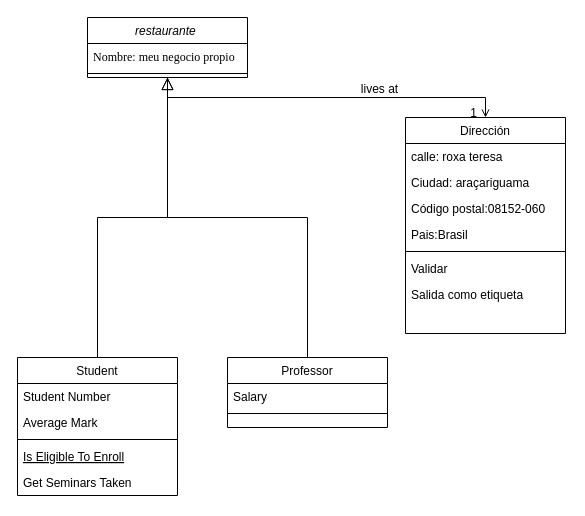
Above: Untitled Diagram.drawio in nork22/HTLM (draw.io), before the change. Source tidied: cells renumbered, new cells numbered last; positions are measured from the earlier drawing's top-left corner, leaving out a move shared by most shapes. Both pictures are drawn from the tidied source at 100%, with x=0, y=0 at pixel (17, 17).
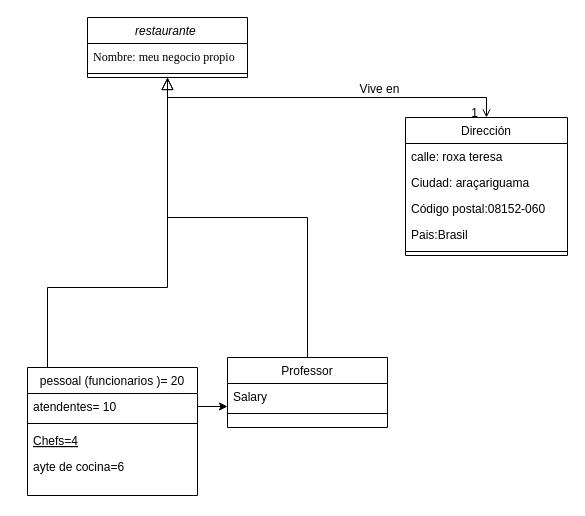
The same diagram, later.

Unchanged cells that the change refers to:
```xml
<mxCell id="2" value="restaurante " style="swimlane;fontStyle=2;align=center;verticalAlign=top;horizontal=1;startSize=26;rounded=0;shadow=0;strokeWidth=1;" parent="1" vertex="1">
  <mxGeometry x="70" width="160" height="60" as="geometry" />
</mxCell>
<mxCell id="13" value="Salary" style="text;align=left;verticalAlign=top;spacingLeft=4;spacingRight=4;overflow=hidden;points=[[0,0.5],[1,0.5]];portConstraint=eastwest;" parent="12" vertex="1">
  <mxGeometry y="26" width="160" height="26" as="geometry" />
</mxCell>
<mxCell id="24" style="endArrow=open;shadow=0;strokeWidth=1;rounded=0;endFill=1;edgeStyle=elbowEdgeStyle;elbow=vertical;" parent="1" edge="1" source="2" target="16">
  <mxGeometry x="0.5" y="41" relative="1" as="geometry">
    <mxPoint x="-40" y="32" as="offset" />
  </mxGeometry>
</mxCell>
```

Diff of the diagram source:
```diff
@@
-    <mxCell id="5" value="Student" style="swimlane;fontStyle=0;align=center;verticalAlign=top;horizontal=1;startSize=26;rounded=0;shadow=0;strokeWidth=1;" parent="1" vertex="1">
-      <mxGeometry y="340" width="160" height="138" as="geometry" />
+    <mxCell id="5" value="pessoal (funcionarios )= 20" style="swimlane;fontStyle=0;align=center;verticalAlign=top;horizontal=1;startSize=26;rounded=0;shadow=0;strokeWidth=1;" parent="1" vertex="1">
+      <mxGeometry x="10" y="350" width="170" height="128" as="geometry" />
     </mxCell>
-    <mxCell id="6" value="Student Number" style="text;align=left;verticalAlign=top;spacingLeft=4;spacingRight=4;overflow=hidden;points=[[0,0.5],[1,0.5]];portConstraint=eastwest;" parent="5" vertex="1">
-      <mxGeometry y="26" width="160" height="26" as="geometry" />
+    <mxCell id="6" value="atendentes= 10" style="text;align=left;verticalAlign=top;spacingLeft=4;spacingRight=4;overflow=hidden;points=[[0,0.5],[1,0.5]];portConstraint=eastwest;" parent="5" vertex="1">
+      <mxGeometry y="26" width="170" height="26" as="geometry" />
     </mxCell>
-    <mxCell id="7" value="Average Mark" style="text;align=left;verticalAlign=top;spacingLeft=4;spacingRight=4;overflow=hidden;rounded=0;shadow=0;html=0;" parent="5" vertex="1">
-      <mxGeometry y="52" width="160" height="26" as="geometry" />
-    </mxCell>
     <mxCell id="8" style="line;html=1;strokeWidth=1;align=left;verticalAlign=middle;spacingTop=-1;spacingLeft=3;spacingRight=3;labelPosition=right;" parent="5" vertex="1">
-      <mxGeometry y="78" width="160" height="8" as="geometry" />
+      <mxGeometry y="52" width="170" height="8" as="geometry" />
     </mxCell>
-    <mxCell id="9" value="Is Eligible To Enroll" style="text;align=left;verticalAlign=top;spacingLeft=4;spacingRight=4;overflow=hidden;fontStyle=4;" parent="5" vertex="1">
-      <mxGeometry y="86" width="160" height="26" as="geometry" />
+    <mxCell id="9" value="Chefs=4" style="text;align=left;verticalAlign=top;spacingLeft=4;spacingRight=4;overflow=hidden;fontStyle=4;" parent="5" vertex="1">
+      <mxGeometry y="60" width="170" height="26" as="geometry" />
     </mxCell>
-    <mxCell id="10" value="Get Seminars Taken" style="text;align=left;verticalAlign=top;spacingLeft=4;spacingRight=4;overflow=hidden;" parent="5" vertex="1">
-      <mxGeometry y="112" width="160" height="26" as="geometry" />
+    <mxCell id="10" value="ayte de cocina=6" style="text;align=left;verticalAlign=top;spacingLeft=4;spacingRight=4;overflow=hidden;" parent="5" vertex="1">
+      <mxGeometry y="86" width="170" height="22" as="geometry" />
     </mxCell>
     <mxCell id="11" style="endArrow=block;endSize=10;endFill=0;shadow=0;strokeWidth=1;rounded=0;edgeStyle=elbowEdgeStyle;elbow=vertical;" parent="1" edge="1" source="5" target="2">
-      <mxGeometry relative="1" as="geometry" />
+      <mxGeometry relative="1" as="geometry">
+        <Array as="points">
+          <mxPoint x="30" y="270" />
+        </Array>
+      </mxGeometry>
     </mxCell>
@@
     <mxCell id="16" value="Dirección" style="swimlane;fontStyle=0;align=center;verticalAlign=top;horizontal=1;startSize=26;rounded=0;shadow=0;strokeWidth=1;" parent="1" vertex="1">
-      <mxGeometry x="388" y="100" width="160" height="216" as="geometry" />
+      <mxGeometry x="388" y="100" width="162" height="138" as="geometry" />
     </mxCell>
     <mxCell id="17" value="calle: roxa teresa " style="text;align=left;verticalAlign=top;spacingLeft=4;spacingRight=4;overflow=hidden;" parent="16" vertex="1">
-      <mxGeometry y="26" width="160" height="26" as="geometry" />
+      <mxGeometry y="26" width="162" height="26" as="geometry" />
     </mxCell>
     <mxCell id="18" value="Ciudad: araçariguama" style="text;align=left;verticalAlign=top;spacingLeft=4;spacingRight=4;overflow=hidden;rounded=0;shadow=0;html=0;" parent="16" vertex="1">
-      <mxGeometry y="52" width="160" height="26" as="geometry" />
+      <mxGeometry y="52" width="162" height="26" as="geometry" />
     </mxCell>
     <mxCell id="19" value="Código postal:08152-060" style="text;align=left;verticalAlign=top;spacingLeft=4;spacingRight=4;overflow=hidden;rounded=0;shadow=0;html=0;" parent="16" vertex="1">
-      <mxGeometry y="78" width="160" height="26" as="geometry" />
+      <mxGeometry y="78" width="162" height="26" as="geometry" />
     </mxCell>
     <mxCell id="20" value="Pais:Brasil" style="text;align=left;verticalAlign=top;spacingLeft=4;spacingRight=4;overflow=hidden;rounded=0;shadow=0;html=0;" parent="16" vertex="1">
-      <mxGeometry y="104" width="160" height="26" as="geometry" />
+      <mxGeometry y="104" width="162" height="26" as="geometry" />
     </mxCell>
     <mxCell id="21" style="line;html=1;strokeWidth=1;align=left;verticalAlign=middle;spacingTop=-1;spacingLeft=3;spacingRight=3;labelPosition=right;" parent="16" vertex="1">
-      <mxGeometry y="130" width="160" height="8" as="geometry" />
+      <mxGeometry y="130" width="162" height="8" as="geometry" />
     </mxCell>
-    <mxCell id="22" value="Validar" style="text;align=left;verticalAlign=top;spacingLeft=4;spacingRight=4;overflow=hidden;" parent="16" vertex="1">
-      <mxGeometry y="138" width="160" height="26" as="geometry" />
-    </mxCell>
-    <mxCell id="23" value="Salida como etiqueta" style="text;align=left;verticalAlign=top;spacingLeft=4;spacingRight=4;overflow=hidden;" parent="16" vertex="1">
-      <mxGeometry y="164" width="160" height="26" as="geometry" />
-    </mxCell>
@@
-    <mxCell id="26" value="lives at" style="text;html=1;align=center;verticalAlign=middle;labelBackgroundColor=none;rounded=0;shadow=0;strokeWidth=1;fontSize=12;" parent="24" vertex="1">
+    <mxCell id="26" value="Vive en" style="text;html=1;align=center;verticalAlign=middle;labelBackgroundColor=none;rounded=0;shadow=0;strokeWidth=1;fontSize=12;" parent="24" vertex="1">
       <mxGeometry x="0.5" y="49" relative="1" as="geometry">
         <mxPoint x="-38" y="40" as="offset" />
       </mxGeometry>
     </mxCell>
@@
+    <mxCell id="28" style="edgeStyle=orthogonalEdgeStyle;rounded=0;jettySize=auto;html=1;exitX=1;exitY=0.5;exitDx=0;exitDy=0;entryX=0;entryY=0.885;entryDx=0;entryDy=0;entryPerimeter=0;fontFamily=Times New Roman;" parent="1" edge="1" source="6" target="13">
+      <mxGeometry relative="1" as="geometry" />
+    </mxCell>
```
